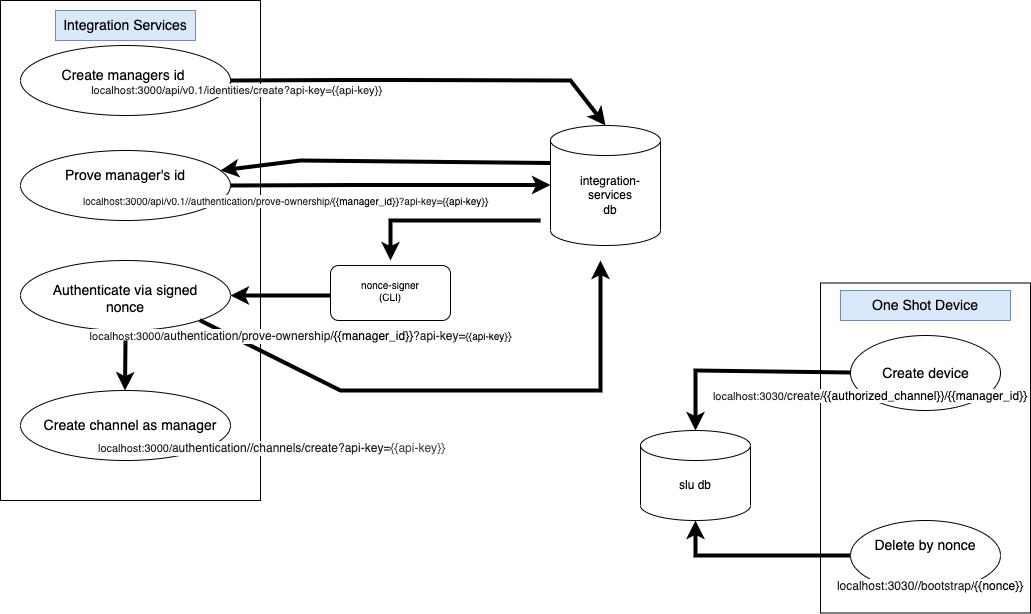
Before: one-shot-device/one-shot-diagram.png, a diagram exported from draw.io (iotaledger/cxc-slu-authenticity). Source tidied: cells renumbered, new cells last; positions are measured from the earlier drawing's top-left corner, leaving out a move shared by most shapes.
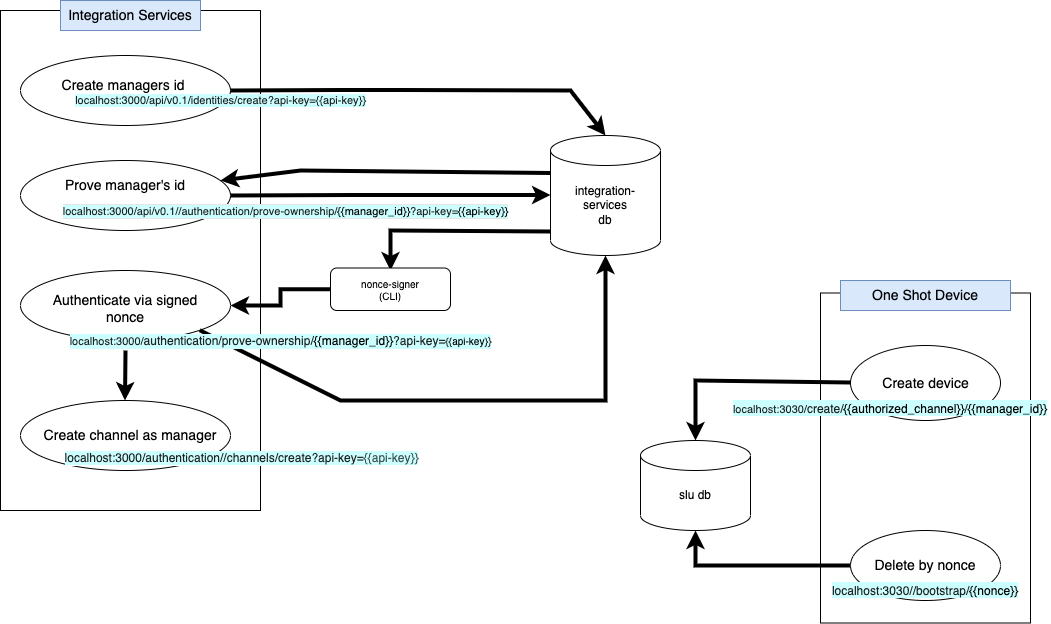
The same diagram one commit later.

Commit message:
diagram adjusted

Change to the diagram source:
```diff
@@ -1,4 +1,4 @@
-<mxGraphModel>
+<mxGraphModel background="#FFFFFF">
   <root>
     <mxCell id="0" />
     <mxCell id="1" parent="0" />
@@ -24,16 +24,16 @@
       <mxGeometry x="550" y="125" width="110" height="120" as="geometry" />
     </mxCell>
     <mxCell id="9" value="integration-services db" style="text;html=1;strokeColor=none;fillColor=none;align=center;verticalAlign=middle;whiteSpace=wrap;rounded=0;" parent="1" vertex="1">
-      <mxGeometry x="580" y="180" width="60" height="30" as="geometry" />
+      <mxGeometry x="575" y="180" width="60" height="30" as="geometry" />
     </mxCell>
     <mxCell id="10" style="ellipse;whiteSpace=wrap;html=1;" parent="1" vertex="1">
       <mxGeometry x="850" y="520" width="150" height="70" as="geometry" />
     </mxCell>
     <mxCell id="11" value="&lt;font style=&quot;font-size: 14px&quot;&gt;Integration Services&lt;/font&gt;" style="text;html=1;strokeColor=#6c8ebf;fillColor=#dae8fc;align=center;verticalAlign=middle;whiteSpace=wrap;rounded=0;" parent="1" vertex="1">
-      <mxGeometry x="55" y="10" width="140" height="30" as="geometry" />
+      <mxGeometry x="60" y="-10" width="140" height="30" as="geometry" />
     </mxCell>
     <mxCell id="12" value="One Shot Device" style="text;html=1;strokeColor=#6c8ebf;fillColor=#dae8fc;align=center;verticalAlign=middle;whiteSpace=wrap;rounded=0;fontSize=14;" parent="1" vertex="1">
-      <mxGeometry x="840" y="290" width="170" height="30" as="geometry" />
+      <mxGeometry x="840" y="270" width="170" height="30" as="geometry" />
     </mxCell>
     <mxCell id="13" value="Create managers id&amp;nbsp;" style="text;html=1;strokeColor=none;fillColor=none;align=center;verticalAlign=middle;whiteSpace=wrap;rounded=0;fontSize=14;" parent="1" vertex="1">
       <mxGeometry x="50" y="60" width="150" height="30" as="geometry" />
@@ -48,14 +48,13 @@
         </Array>
       </mxGeometry>
     </mxCell>
-    <mxCell id="15" value="&lt;span style=&quot;color: rgb(33 , 33 , 33) ; font-size: 11px ; text-align: left&quot;&gt;localhost:3000/api/v0.1&lt;/span&gt;&lt;span style=&quot;color: rgb(33 , 33 , 33) ; font-size: 11px ; text-align: left&quot;&gt;/identities/create?api-key={{api-key}}&lt;/span&gt;" style="edgeLabel;html=1;align=center;verticalAlign=middle;fontSize=11;" parent="14" vertex="1">
+    <mxCell id="15" value="&lt;span style=&quot;color: rgb(33 , 33 , 33) ; font-size: 11px ; text-align: left&quot;&gt;localhost:3000/api/v0.1&lt;/span&gt;&lt;span style=&quot;color: rgb(33 , 33 , 33) ; font-size: 11px ; text-align: left&quot;&gt;/identities/create?api-key={{api-key}}&lt;/span&gt;" style="edgeLabel;html=1;align=center;verticalAlign=middle;fontSize=11;labelBackgroundColor=#CCFFFF;" parent="14" vertex="1">
       <mxGeometry relative="1" as="geometry">
-        <mxPoint x="-193" y="10" as="offset" />
+        <mxPoint x="-209" y="10" as="offset" />
       </mxGeometry>
     </mxCell>
-    <mxCell id="16" style="endArrow=classic;html=1;rounded=0;fontSize=11;strokeWidth=4;" parent="1" edge="1">
+    <mxCell id="16" style="endArrow=classic;html=1;rounded=0;fontSize=11;strokeWidth=4;exitX=0;exitY=0.8;exitDx=0;exitDy=0;exitPerimeter=0;" parent="1" edge="1" source="8">
       <mxGeometry relative="1" as="geometry">
-        <mxPoint x="540" y="220" as="sourcePoint" />
         <mxPoint x="390" y="260" as="targetPoint" />
         <Array as="points">
           <mxPoint x="390" y="220" />
@@ -78,16 +77,19 @@
         </Array>
       </mxGeometry>
     </mxCell>
-    <mxCell id="20" value="&lt;font style=&quot;font-size: 10px&quot;&gt;&lt;span style=&quot;color: rgb(33 , 33 , 33) ; text-align: left&quot;&gt;localhost:3000/api/v0.1&lt;/span&gt;&lt;span style=&quot;color: rgb(33 , 33 , 33) ; text-align: left&quot;&gt;/&lt;/span&gt;&lt;span style=&quot;color: rgb(33 , 33 , 33) ; text-align: left&quot;&gt;/authentication/prove-ownership/&lt;/span&gt;&lt;span class=&quot;resolvedVariable&quot; spellcheck=&quot;false&quot; style=&quot;text-align: left&quot;&gt;{{manager_id}}&lt;/span&gt;&lt;span style=&quot;color: rgb(33 , 33 , 33) ; text-align: left&quot;&gt;?api-key=&lt;/span&gt;&lt;span class=&quot;resolvedVariable&quot; spellcheck=&quot;false&quot; style=&quot;text-align: left&quot;&gt;{{api-key}}&lt;/span&gt;&lt;/font&gt;&lt;span style=&quot;color: rgb(33 , 33 , 33) ; font-size: 11px ; text-align: left&quot;&gt;&lt;br&gt;&lt;/span&gt;" style="edgeLabel;html=1;align=center;verticalAlign=middle;fontSize=11;" parent="19" vertex="1">
+    <mxCell id="20" value="&lt;font style=&quot;font-size: 11px ; background-color: rgb(204 , 255 , 255)&quot;&gt;&lt;span style=&quot;color: rgb(33 , 33 , 33) ; text-align: left&quot;&gt;localhost:3000/api/v0.1&lt;/span&gt;&lt;span style=&quot;color: rgb(33 , 33 , 33) ; text-align: left&quot;&gt;/&lt;/span&gt;&lt;span style=&quot;color: rgb(33 , 33 , 33) ; text-align: left&quot;&gt;/authentication/prove-ownership/&lt;/span&gt;&lt;span class=&quot;resolvedVariable&quot; spellcheck=&quot;false&quot; style=&quot;text-align: left&quot;&gt;{{manager_id}}&lt;/span&gt;&lt;span style=&quot;color: rgb(33 , 33 , 33) ; text-align: left&quot;&gt;?api-key=&lt;/span&gt;&lt;span class=&quot;resolvedVariable&quot; spellcheck=&quot;false&quot; style=&quot;text-align: left&quot;&gt;{{api-key}}&lt;/span&gt;&lt;/font&gt;&lt;span style=&quot;color: rgb(33 , 33 , 33) ; font-size: 12px ; text-align: left&quot;&gt;&lt;br style=&quot;font-size: 12px&quot;&gt;&lt;/span&gt;" style="edgeLabel;html=1;align=center;verticalAlign=middle;fontSize=12;labelBackgroundColor=#E6E6E6;" parent="19" vertex="1">
       <mxGeometry relative="1" as="geometry">
         <mxPoint x="-105" y="16" as="offset" />
       </mxGeometry>
     </mxCell>
+    <mxCell id="39" style="edgeStyle=orthogonalEdgeStyle;rounded=0;jettySize=auto;html=1;fontSize=12;strokeWidth=4;" parent="1" edge="1" source="21" target="23">
+      <mxGeometry relative="1" as="geometry" />
+    </mxCell>
     <mxCell id="21" style="rounded=1;whiteSpace=wrap;html=1;fontSize=10;" parent="1" vertex="1">
-      <mxGeometry x="330" y="265" width="120" height="55" as="geometry" />
+      <mxGeometry x="330" y="257.5" width="120" height="42.5" as="geometry" />
     </mxCell>
     <mxCell id="22" value="nonce-signer (CLI)" style="text;html=1;strokeColor=none;fillColor=none;align=center;verticalAlign=middle;whiteSpace=wrap;rounded=0;fontSize=10;" parent="1" vertex="1">
-      <mxGeometry x="360" y="275" width="60" height="30" as="geometry" />
+      <mxGeometry x="360" y="263.8" width="60" height="30" as="geometry" />
     </mxCell>
     <mxCell id="23" style="ellipse;whiteSpace=wrap;html=1;" parent="1" vertex="1">
       <mxGeometry x="20" y="260" width="210" height="70" as="geometry" />
@@ -95,18 +97,17 @@
     <mxCell id="24" value="&lt;font style=&quot;font-size: 14px&quot;&gt;Authenticate via signed nonce&lt;/font&gt;" style="text;html=1;strokeColor=none;fillColor=none;align=center;verticalAlign=middle;whiteSpace=wrap;rounded=0;fontSize=10;" parent="1" vertex="1">
       <mxGeometry x="40" y="282.5" width="170" height="30" as="geometry" />
     </mxCell>
-    <mxCell id="25" style="endArrow=classic;html=1;rounded=0;fontSize=14;strokeWidth=4;exitX=1;exitY=1;exitDx=0;exitDy=0;" parent="1" edge="1" source="23">
+    <mxCell id="25" style="endArrow=classic;html=1;rounded=0;fontSize=14;strokeWidth=4;exitX=1;exitY=1;exitDx=0;exitDy=0;entryX=0.5;entryY=1;entryDx=0;entryDy=0;entryPerimeter=0;" parent="1" edge="1" source="23" target="8">
       <mxGeometry relative="1" as="geometry">
-        <mxPoint x="600" y="260" as="targetPoint" />
         <Array as="points">
           <mxPoint x="340" y="390.1" />
-          <mxPoint x="600" y="390" />
+          <mxPoint x="605" y="390" />
         </Array>
       </mxGeometry>
     </mxCell>
-    <mxCell id="26" value="&lt;span style=&quot;color: rgb(33 , 33 , 33) ; font-size: 11px ; text-align: left&quot;&gt;localhost:3000/&lt;/span&gt;&lt;span style=&quot;color: rgb(33 , 33 , 33) ; font-family: &amp;#34;inter&amp;#34; , , , , &amp;#34;segoe ui&amp;#34; , &amp;#34;roboto&amp;#34; , &amp;#34;oxygen&amp;#34; , &amp;#34;ubuntu&amp;#34; , &amp;#34;cantarell&amp;#34; , &amp;#34;fira sans&amp;#34; , &amp;#34;droid sans&amp;#34; , &amp;#34;helvetica&amp;#34; , &amp;#34;arial&amp;#34; , sans-serif ; font-size: 12px ; text-align: left&quot;&gt;authentication/prove-ownership/&lt;/span&gt;&lt;span class=&quot;resolvedVariable&quot; spellcheck=&quot;false&quot; style=&quot;font-family: &amp;#34;inter&amp;#34; , , , , &amp;#34;segoe ui&amp;#34; , &amp;#34;roboto&amp;#34; , &amp;#34;oxygen&amp;#34; , &amp;#34;ubuntu&amp;#34; , &amp;#34;cantarell&amp;#34; , &amp;#34;fira sans&amp;#34; , &amp;#34;droid sans&amp;#34; , &amp;#34;helvetica&amp;#34; , &amp;#34;arial&amp;#34; , sans-serif ; font-size: 12px ; text-align: left&quot;&gt;{{manager_id}}&lt;/span&gt;&lt;span style=&quot;color: rgb(33 , 33 , 33) ; font-family: &amp;#34;inter&amp;#34; , , , , &amp;#34;segoe ui&amp;#34; , &amp;#34;roboto&amp;#34; , &amp;#34;oxygen&amp;#34; , &amp;#34;ubuntu&amp;#34; , &amp;#34;cantarell&amp;#34; , &amp;#34;fira sans&amp;#34; , &amp;#34;droid sans&amp;#34; , &amp;#34;helvetica&amp;#34; , &amp;#34;arial&amp;#34; , sans-serif ; font-size: 12px ; text-align: left&quot;&gt;?api-key=&lt;/span&gt;&lt;span class=&quot;resolvedVariable&quot; spellcheck=&quot;false&quot; style=&quot;font-family: &amp;#34;inter&amp;#34; , , , , &amp;#34;segoe ui&amp;#34; , &amp;#34;roboto&amp;#34; , &amp;#34;oxygen&amp;#34; , &amp;#34;ubuntu&amp;#34; , &amp;#34;cantarell&amp;#34; , &amp;#34;fira sans&amp;#34; , &amp;#34;droid sans&amp;#34; , &amp;#34;helvetica&amp;#34; , &amp;#34;arial&amp;#34; , sans-serif ; text-align: left ; font-size: 10px&quot;&gt;{{api-key}&lt;/span&gt;&lt;span style=&quot;color: rgb(33 , 33 , 33) ; font-size: 11px ; text-align: left&quot;&gt;}&lt;/span&gt;" style="edgeLabel;html=1;align=center;verticalAlign=middle;fontSize=11;" parent="25" vertex="1">
+    <mxCell id="26" value="&lt;span style=&quot;color: rgb(33 , 33 , 33) ; text-align: left&quot;&gt;&lt;font style=&quot;font-size: 11px&quot;&gt;localhost:3000&lt;/font&gt;&lt;/span&gt;&lt;span style=&quot;color: rgb(33 , 33 , 33) ; font-size: 11px ; text-align: left&quot;&gt;/&lt;/span&gt;&lt;span style=&quot;color: rgb(33 , 33 , 33) ; font-family: &amp;quot;inter&amp;quot; , , , , &amp;quot;segoe ui&amp;quot; , &amp;quot;roboto&amp;quot; , &amp;quot;oxygen&amp;quot; , &amp;quot;ubuntu&amp;quot; , &amp;quot;cantarell&amp;quot; , &amp;quot;fira sans&amp;quot; , &amp;quot;droid sans&amp;quot; , &amp;quot;helvetica&amp;quot; , &amp;quot;arial&amp;quot; , sans-serif ; font-size: 12px ; text-align: left&quot;&gt;authentication/prove-ownership/&lt;/span&gt;&lt;span class=&quot;resolvedVariable&quot; spellcheck=&quot;false&quot; style=&quot;font-family: &amp;quot;inter&amp;quot; , , , , &amp;quot;segoe ui&amp;quot; , &amp;quot;roboto&amp;quot; , &amp;quot;oxygen&amp;quot; , &amp;quot;ubuntu&amp;quot; , &amp;quot;cantarell&amp;quot; , &amp;quot;fira sans&amp;quot; , &amp;quot;droid sans&amp;quot; , &amp;quot;helvetica&amp;quot; , &amp;quot;arial&amp;quot; , sans-serif ; font-size: 12px ; text-align: left&quot;&gt;{{manager_id}}&lt;/span&gt;&lt;span style=&quot;color: rgb(33 , 33 , 33) ; font-family: &amp;quot;inter&amp;quot; , , , , &amp;quot;segoe ui&amp;quot; , &amp;quot;roboto&amp;quot; , &amp;quot;oxygen&amp;quot; , &amp;quot;ubuntu&amp;quot; , &amp;quot;cantarell&amp;quot; , &amp;quot;fira sans&amp;quot; , &amp;quot;droid sans&amp;quot; , &amp;quot;helvetica&amp;quot; , &amp;quot;arial&amp;quot; , sans-serif ; font-size: 12px ; text-align: left&quot;&gt;?api-key=&lt;/span&gt;&lt;span class=&quot;resolvedVariable&quot; spellcheck=&quot;false&quot; style=&quot;font-family: &amp;quot;inter&amp;quot; , , , , &amp;quot;segoe ui&amp;quot; , &amp;quot;roboto&amp;quot; , &amp;quot;oxygen&amp;quot; , &amp;quot;ubuntu&amp;quot; , &amp;quot;cantarell&amp;quot; , &amp;quot;fira sans&amp;quot; , &amp;quot;droid sans&amp;quot; , &amp;quot;helvetica&amp;quot; , &amp;quot;arial&amp;quot; , sans-serif ; text-align: left ; font-size: 10px&quot;&gt;{{api-key}&lt;/span&gt;&lt;span style=&quot;color: rgb(33 , 33 , 33) ; font-size: 11px ; text-align: left&quot;&gt;}&lt;/span&gt;" style="edgeLabel;html=1;align=center;verticalAlign=middle;fontSize=11;labelBackgroundColor=#CCFFFF;" parent="25" vertex="1">
       <mxGeometry relative="1" as="geometry">
-        <mxPoint x="-157" y="-55" as="offset" />
+        <mxPoint x="-187" y="-60" as="offset" />
       </mxGeometry>
     </mxCell>
     <mxCell id="27" style="ellipse;whiteSpace=wrap;html=1;" parent="1" vertex="1">
@@ -132,8 +133,8 @@
         </Array>
       </mxGeometry>
     </mxCell>
-    <mxCell id="31" value="&lt;meta charset=&quot;utf-8&quot;&gt;&lt;span style=&quot;font-family: helvetica; font-size: 11px; font-style: normal; font-weight: 400; letter-spacing: normal; text-indent: 0px; text-transform: none; word-spacing: 0px; color: rgb(33, 33, 33); text-align: left;&quot;&gt;localhost:3000/&lt;/span&gt;&lt;span style=&quot;font-family: helvetica; font-style: normal; font-weight: 400; letter-spacing: normal; text-indent: 0px; text-transform: none; word-spacing: 0px; color: rgb(33, 33, 33); font-size: 12px; text-align: left;&quot;&gt;authentication/&lt;/span&gt;&lt;span style=&quot;font-family: helvetica; font-style: normal; font-weight: 400; letter-spacing: normal; text-indent: 0px; text-transform: none; word-spacing: 0px; color: rgb(33, 33, 33); font-size: 12px; text-align: left;&quot;&gt;/channels/create?api-key=&lt;/span&gt;&lt;span class=&quot;resolvedVariable&quot; spellcheck=&quot;false&quot; style=&quot;color: rgb(0, 0, 0); font-family: helvetica; font-style: normal; font-weight: 400; letter-spacing: normal; text-indent: 0px; text-transform: none; word-spacing: 0px; opacity: 0.7; font-size: 12px; text-align: left;&quot;&gt;&lt;span&gt;{{api-key}}&lt;/span&gt;&lt;/span&gt;" style="edgeLabel;html=1;align=center;verticalAlign=middle;fontSize=11;" parent="1" vertex="1">
-      <mxGeometry x="270" y="447.5" as="geometry" />
+    <mxCell id="31" value="&lt;span style=&quot;background-color: rgb(204 , 255 , 255) ; font-size: 12px&quot;&gt;&lt;span style=&quot;font-family: &amp;#34;helvetica&amp;#34; ; font-style: normal ; font-weight: 400 ; letter-spacing: normal ; text-indent: 0px ; text-transform: none ; word-spacing: 0px ; color: rgb(33 , 33 , 33) ; text-align: left&quot;&gt;localhost:3000/&lt;/span&gt;&lt;span style=&quot;font-family: &amp;#34;helvetica&amp;#34; ; font-style: normal ; font-weight: 400 ; letter-spacing: normal ; text-indent: 0px ; text-transform: none ; word-spacing: 0px ; color: rgb(33 , 33 , 33) ; text-align: left&quot;&gt;authentication/&lt;/span&gt;&lt;span style=&quot;font-family: &amp;#34;helvetica&amp;#34; ; font-style: normal ; font-weight: 400 ; letter-spacing: normal ; text-indent: 0px ; text-transform: none ; word-spacing: 0px ; color: rgb(33 , 33 , 33) ; text-align: left&quot;&gt;/channels/create?api-key=&lt;/span&gt;&lt;span class=&quot;resolvedVariable&quot; spellcheck=&quot;false&quot; style=&quot;color: rgb(0 , 0 , 0) ; font-family: &amp;#34;helvetica&amp;#34; ; font-style: normal ; font-weight: 400 ; letter-spacing: normal ; text-indent: 0px ; text-transform: none ; word-spacing: 0px ; opacity: 0.7 ; text-align: left&quot;&gt;&lt;span&gt;{{api-key}}&lt;/span&gt;&lt;/span&gt;&lt;/span&gt;" style="edgeLabel;html=1;align=center;verticalAlign=middle;fontSize=11;" parent="1" vertex="1">
+      <mxGeometry x="240" y="447.5" as="geometry" />
     </mxCell>
     <mxCell id="32" style="endArrow=classic;html=1;rounded=0;fontSize=14;strokeWidth=4;entryX=0.5;entryY=0;entryDx=0;entryDy=0;entryPerimeter=0;" parent="1" edge="1" target="4">
       <mxGeometry relative="1" as="geometry">
@@ -146,8 +147,8 @@
     <mxCell id="33" value="Create device" style="text;html=1;strokeColor=none;fillColor=none;align=center;verticalAlign=middle;whiteSpace=wrap;rounded=0;fontSize=14;" parent="1" vertex="1">
       <mxGeometry x="877.5" y="357.5" width="95" height="30" as="geometry" />
     </mxCell>
-    <mxCell id="34" value="&lt;span style=&quot;text-align: left ; font-size: 11px ; font-family: &amp;#34;helvetica&amp;#34; ; color: rgb(33 , 33 , 33)&quot;&gt;localhost:3030/&lt;/span&gt;&lt;span style=&quot;text-align: left ; color: rgb(33 , 33 , 33) ; font-size: 12px ; background-color: rgb(255 , 255 , 255)&quot;&gt;create/&lt;/span&gt;&lt;span class=&quot;resolvedVariable&quot; spellcheck=&quot;false&quot; style=&quot;text-align: left ; font-size: 12px ; background-color: rgb(255 , 255 , 255)&quot;&gt;{{authorized_channel}}&lt;/span&gt;&lt;span style=&quot;text-align: left ; color: rgb(33 , 33 , 33) ; font-size: 12px ; background-color: rgb(255 , 255 , 255)&quot;&gt;/&lt;/span&gt;&lt;span class=&quot;resolvedVariable&quot; spellcheck=&quot;false&quot; style=&quot;text-align: left ; font-size: 12px ; background-color: rgb(255 , 255 , 255)&quot;&gt;{{manager_id}}&lt;/span&gt;" style="text;html=1;strokeColor=none;fillColor=none;align=center;verticalAlign=middle;whiteSpace=wrap;rounded=0;fontSize=14;" parent="1" vertex="1">
-      <mxGeometry x="840" y="380" width="60" height="30" as="geometry" />
+    <mxCell id="34" value="&lt;span style=&quot;background-color: rgb(204 , 255 , 255)&quot;&gt;&lt;span style=&quot;text-align: left ; font-size: 11px ; font-family: &amp;#34;helvetica&amp;#34; ; color: rgb(33 , 33 , 33)&quot;&gt;localhost:3030/&lt;/span&gt;&lt;span style=&quot;text-align: left ; color: rgb(33 , 33 , 33) ; font-size: 12px&quot;&gt;create/&lt;/span&gt;&lt;span class=&quot;resolvedVariable&quot; spellcheck=&quot;false&quot; style=&quot;text-align: left ; font-size: 12px&quot;&gt;{{authorized_channel}}&lt;/span&gt;&lt;span style=&quot;text-align: left ; color: rgb(33 , 33 , 33) ; font-size: 12px&quot;&gt;/&lt;/span&gt;&lt;span class=&quot;resolvedVariable&quot; spellcheck=&quot;false&quot; style=&quot;text-align: left ; font-size: 12px&quot;&gt;{{manager_id}}&lt;/span&gt;&lt;/span&gt;" style="text;html=1;align=center;verticalAlign=middle;whiteSpace=wrap;rounded=0;fontSize=14;" parent="1" vertex="1">
+      <mxGeometry x="730" y="387.5" width="320" height="20" as="geometry" />
     </mxCell>
     <mxCell id="35" style="endArrow=classic;html=1;rounded=0;fontSize=14;strokeWidth=4;exitX=0;exitY=0.5;exitDx=0;exitDy=0;entryX=0.5;entryY=1;entryDx=0;entryDy=0;entryPerimeter=0;" parent="1" edge="1" source="10" target="4">
       <mxGeometry relative="1" as="geometry">
@@ -157,18 +158,10 @@
       </mxGeometry>
     </mxCell>
     <mxCell id="36" value="Delete by nonce" style="text;html=1;strokeColor=none;fillColor=none;align=center;verticalAlign=middle;whiteSpace=wrap;rounded=0;fontSize=14;" parent="1" vertex="1">
-      <mxGeometry x="870" y="530" width="110" height="30" as="geometry" />
+      <mxGeometry x="870" y="540" width="110" height="30" as="geometry" />
     </mxCell>
-    <mxCell id="37" value="&lt;span style=&quot;color: rgb(33 , 33 , 33) ; font-family: &amp;#34;inter&amp;#34; , , , , &amp;#34;segoe ui&amp;#34; , &amp;#34;roboto&amp;#34; , &amp;#34;oxygen&amp;#34; , &amp;#34;ubuntu&amp;#34; , &amp;#34;cantarell&amp;#34; , &amp;#34;fira sans&amp;#34; , &amp;#34;droid sans&amp;#34; , &amp;#34;helvetica&amp;#34; , &amp;#34;arial&amp;#34; , sans-serif ; font-size: 12px ; text-align: left ; background-color: rgb(255 , 255 , 255)&quot;&gt;&lt;span&gt;localhost:3030//bootstrap/&lt;/span&gt;&lt;/span&gt;&lt;span class=&quot;resolvedVariable&quot; spellcheck=&quot;false&quot; style=&quot;font-family: &amp;#34;inter&amp;#34; , , , , &amp;#34;segoe ui&amp;#34; , &amp;#34;roboto&amp;#34; , &amp;#34;oxygen&amp;#34; , &amp;#34;ubuntu&amp;#34; , &amp;#34;cantarell&amp;#34; , &amp;#34;fira sans&amp;#34; , &amp;#34;droid sans&amp;#34; , &amp;#34;helvetica&amp;#34; , &amp;#34;arial&amp;#34; , sans-serif ; font-size: 12px ; text-align: left ; background-color: rgb(255 , 255 , 255)&quot;&gt;&lt;span&gt;{{nonce}}&lt;/span&gt;&lt;/span&gt;" style="text;html=1;strokeColor=none;fillColor=none;align=center;verticalAlign=middle;whiteSpace=wrap;rounded=0;fontSize=14;" parent="1" vertex="1">
-      <mxGeometry x="900" y="570" width="60" height="30" as="geometry" />
+    <mxCell id="37" value="&lt;span style=&quot;background-color: rgb(204 , 255 , 255)&quot;&gt;&lt;span style=&quot;color: rgb(33 , 33 , 33) ; font-size: 12px ; text-align: left&quot;&gt;localhost:3030//bootstrap/&lt;/span&gt;&lt;span class=&quot;resolvedVariable&quot; spellcheck=&quot;false&quot; style=&quot;font-size: 12px ; text-align: left&quot;&gt;{{nonce}}&lt;/span&gt;&lt;/span&gt;" style="text;html=1;strokeColor=none;fillColor=none;align=center;verticalAlign=middle;whiteSpace=wrap;rounded=0;fontSize=14;" parent="1" vertex="1">
+      <mxGeometry x="830" y="570" width="190" height="20" as="geometry" />
     </mxCell>
-    <mxCell id="38" style="endArrow=classic;html=1;rounded=0;fontSize=14;strokeWidth=4;" parent="1" edge="1" target="23">
-      <mxGeometry relative="1" as="geometry">
-        <mxPoint x="330" y="295" as="sourcePoint" />
-        <Array as="points">
-          <mxPoint x="330" y="295" />
-        </Array>
-      </mxGeometry>
-    </mxCell>
   </root>
 </mxGraphModel>
```
